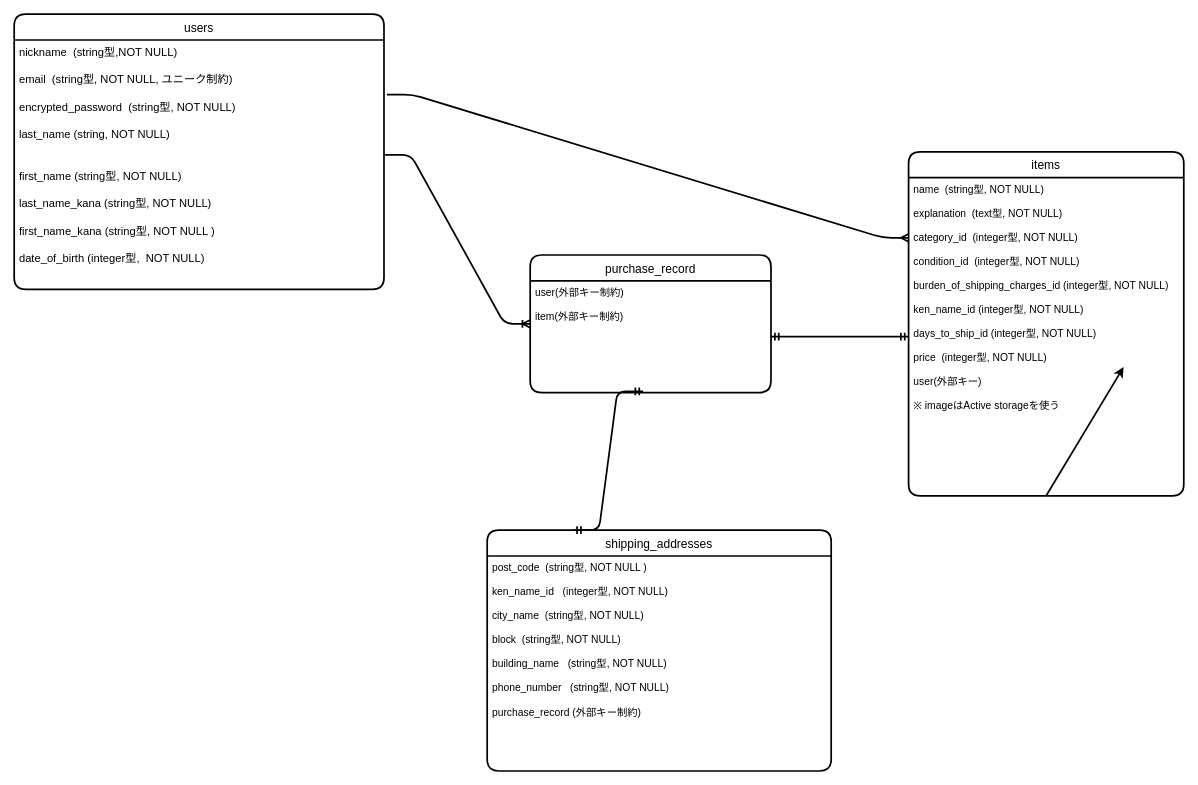
The draw.io diagram furima.dio in SAZAMUGAN/furima-37792, before the edit. Source tidied: cells renumbered, new cells numbered last; positions are measured from the earlier drawing's top-left corner, leaving out a move shared by most shapes. Both pictures are drawn from the tidied source at 86%, with x=0, y=0 at pixel (14, 14).
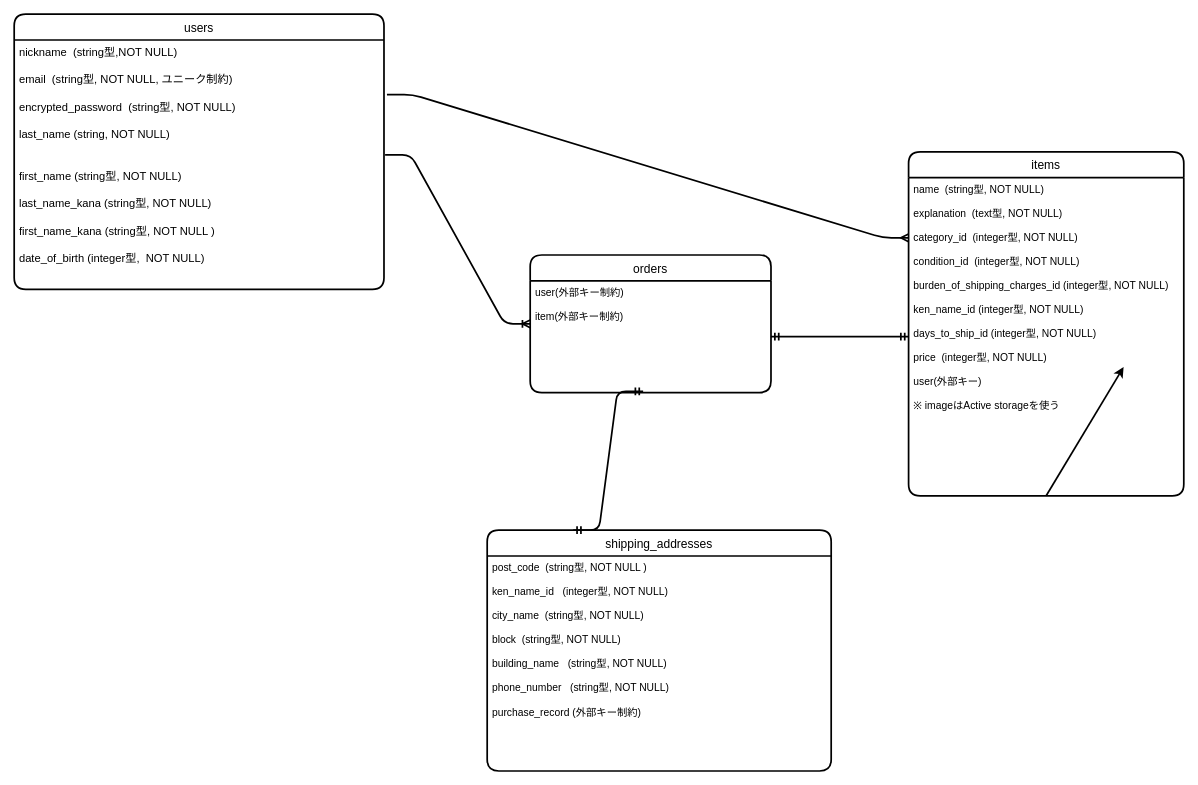
After the change.

Commit message (it also covers changes not shown here):
purchase_recordsテーブルをordersテーブルに改名

Change to the diagram source:
```diff
@@
 <mxGraphModel>
   <root>
     <mxCell id="0" />
     <mxCell id="1" parent="0" />
     <mxCell id="2" value="users" style="swimlane;horizontal=1;startSize=30;rounded=1;fontSize=14;fontStyle=0;strokeWidth=2;shadow=0;dashed=0;align=center;" parent="1" vertex="1">
       <mxGeometry width="430" height="320" as="geometry" />
     </mxCell>
     <mxCell id="3" value="nickname  (string型,NOT NULL)&#10;&#10;email  (string型, NOT NULL, ユニーク制約)&#10;&#10;encrypted_password  (string型, NOT NULL)&#10;&#10;last_name (string, NOT NULL)&#10;&#10;&#10;first_name (string型, NOT NULL)&#10;&#10;last_name_kana (string型, NOT NULL)&#10;&#10;first_name_kana (string型, NOT NULL )&#10;&#10;date_of_birth (integer型,  NOT NULL)&#10;" style="align=left;strokeColor=none;fillColor=none;spacingLeft=4;fontSize=13;verticalAlign=top;strokeWidth=0;" parent="2" vertex="1">
       <mxGeometry y="30" width="430" height="290" as="geometry" />
     </mxCell>
     <mxCell id="4" value="items" style="swimlane;horizontal=1;startSize=30;rounded=1;fontSize=14;fontStyle=0;strokeWidth=2;shadow=0;dashed=0;align=center;" parent="1" vertex="1">
       <mxGeometry x="1040" y="160" width="320" height="400" as="geometry" />
     </mxCell>
     <mxCell id="5" value="name  (string型, NOT NULL)&#10;&#10;explanation  (text型, NOT NULL)&#10;&#10;category_id  (integer型, NOT NULL)&#10;&#10;condition_id  (integer型, NOT NULL)&#10;&#10;burden_of_shipping_charges_id (integer型, NOT NULL)&#10;&#10;ken_name_id (integer型, NOT NULL)&#10;&#10;days_to_ship_id (integer型, NOT NULL)&#10;&#10;price  (integer型, NOT NULL)&#10;&#10;user(外部キー)&#10;&#10;※ imageはActive storageを使う" style="align=left;strokeColor=none;fillColor=none;spacingLeft=4;fontSize=12;verticalAlign=top;" parent="4" vertex="1">
       <mxGeometry y="30" width="320" height="370" as="geometry" />
     </mxCell>
     <mxCell id="6" value="shipping_addresses" style="swimlane;horizontal=1;startSize=30;rounded=1;fontSize=14;fontStyle=0;strokeWidth=2;shadow=0;dashed=0;align=center;" parent="1" vertex="1">
       <mxGeometry x="550" y="600" width="400" height="280" as="geometry" />
     </mxCell>
     <mxCell id="7" value="post_code  (string型, NOT NULL )&#10;&#10;ken_name_id   (integer型, NOT NULL)&#10;&#10;city_name  (string型, NOT NULL)&#10;&#10;block  (string型, NOT NULL)&#10;&#10;building_name   (string型, NOT NULL)&#10;&#10;phone_number   (string型, NOT NULL)&#10;&#10;purchase_record (外部キー制約)" style="align=left;strokeColor=none;fillColor=none;spacingLeft=4;fontSize=12;verticalAlign=top;" parent="6" vertex="1">
       <mxGeometry y="30" width="400" height="250" as="geometry" />
     </mxCell>
-    <mxCell id="8" value="purchase_record" style="swimlane;horizontal=1;startSize=30;rounded=1;fontSize=14;fontStyle=0;strokeWidth=2;shadow=0;dashed=0;align=center;" parent="1" vertex="1">
+    <mxCell id="8" value="orders" style="swimlane;horizontal=1;startSize=30;rounded=1;fontSize=14;fontStyle=0;strokeWidth=2;shadow=0;dashed=0;align=center;" parent="1" vertex="1">
       <mxGeometry x="600" y="280" width="280" height="160" as="geometry" />
     </mxCell>
     <mxCell id="9" value="user(外部キー制約)&#10;&#10;item(外部キー制約)" style="align=left;strokeColor=none;fillColor=none;spacingLeft=4;fontSize=12;verticalAlign=top;" parent="8" vertex="1">
       <mxGeometry y="30" width="280" height="130" as="geometry" />
     </mxCell>
     <mxCell id="10" style="edgeStyle=entityRelationEdgeStyle;fontSize=12;html=1;endArrow=ERoneToMany;exitX=1.003;exitY=0.461;exitDx=0;exitDy=0;exitPerimeter=0;entryX=0;entryY=0.5;entryDx=0;entryDy=0;strokeWidth=2;" parent="1" edge="1" source="3" target="8">
       <mxGeometry relative="1" as="geometry" />
     </mxCell>
     <mxCell id="11" style="edgeStyle=entityRelationEdgeStyle;fontSize=12;html=1;endArrow=ERmandOne;startArrow=ERmandOne;strokeWidth=2;entryX=0;entryY=0.5;entryDx=0;entryDy=0;" parent="1" edge="1" source="9" target="5">
       <mxGeometry relative="1" as="geometry" />
     </mxCell>
     <mxCell id="12" style="edgeStyle=none;html=1;exitX=0.5;exitY=1;exitDx=0;exitDy=0;strokeWidth=2;" parent="1" edge="1" source="5">
       <mxGeometry relative="1" as="geometry">
         <mxPoint x="1290" y="410.3" as="targetPoint" />
       </mxGeometry>
     </mxCell>
     <mxCell id="13" style="edgeStyle=entityRelationEdgeStyle;fontSize=12;html=1;endArrow=ERmany;strokeWidth=2;exitX=1.008;exitY=0.219;exitDx=0;exitDy=0;exitPerimeter=0;entryX=0;entryY=0.25;entryDx=0;entryDy=0;" parent="1" edge="1" source="3" target="4">
       <mxGeometry relative="1" as="geometry" />
     </mxCell>
     <mxCell id="14" style="edgeStyle=entityRelationEdgeStyle;fontSize=12;html=1;endArrow=ERmandOne;startArrow=ERmandOne;strokeWidth=2;entryX=0.469;entryY=0.989;entryDx=0;entryDy=0;entryPerimeter=0;exitX=0.25;exitY=0;exitDx=0;exitDy=0;" parent="1" edge="1" source="6" target="9">
       <mxGeometry relative="1" as="geometry" />
     </mxCell>
   </root>
 </mxGraphModel>
```
